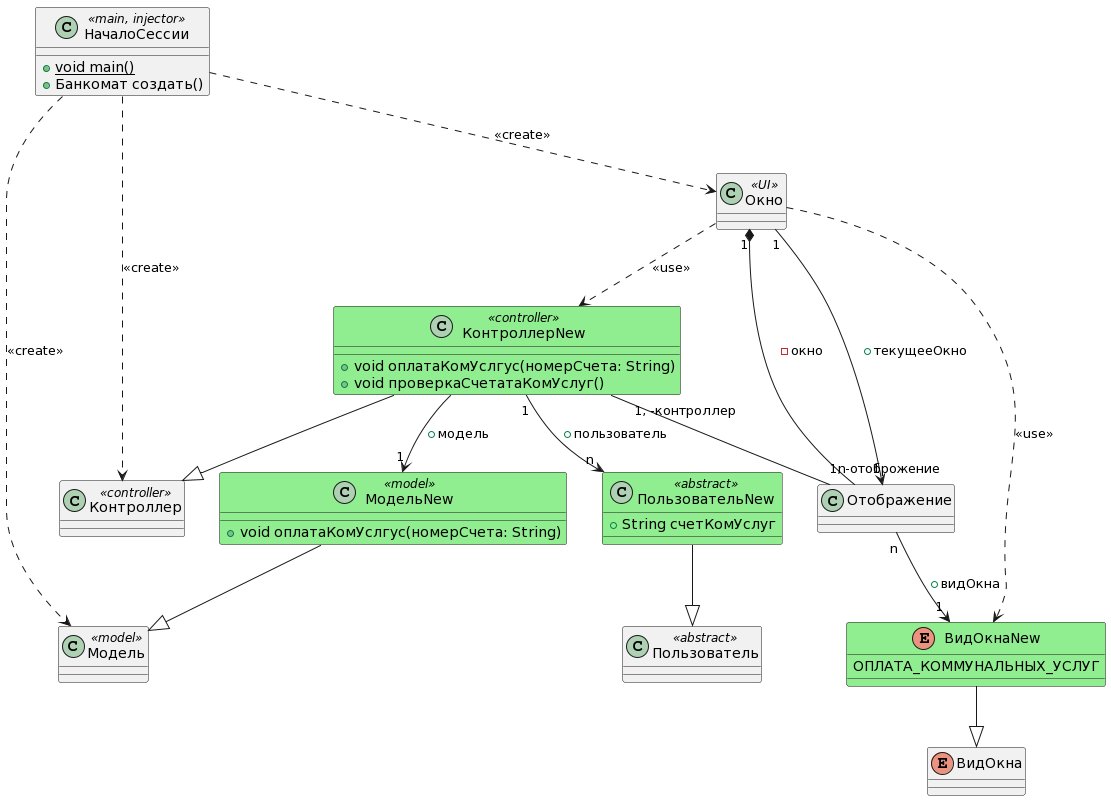
Before: doc/classDiagram1.png, a diagram exported from PlantUML (ArianaM03/PPVIS). Source of this version:
```plantuml
@startuml
class НачалоСессии <<main, injector>>{
    + {static} void main()
    + Банкомат создать()
}

НачалоСессии ..> Модель : <<create>>
НачалоСессии ..> Контроллер : <<create>>
НачалоСессии ..> Окно : <<create>>

class Пользователь <<abstract>>
{
}

class ПользовательNew <<abstract>> #back:lightgreen
{
    + String счетКомУслуг
}

ПользовательNew --|> Пользователь

class Модель <<model>>
{
}

class МодельNew <<model>> #back:lightgreen
{
    + void оплатаКомУслгус(номерСчета: String)
}

МодельNew --|> Модель

class Контроллер <<controller>>
{
}

class КонтроллерNew <<controller>> #back:lightgreen
{
    + void оплатаКомУслгус(номерСчета: String)
    + void проверкаСчетатаКомУслуг()
}

КонтроллерNew --|> Контроллер

КонтроллерNew --> "1" МодельNew : +модель

КонтроллерNew "1" --> "n" ПользовательNew: +пользователь

class Окно <<UI>>{
}

class Отображение{
}


enum ВидОкна{
}

enum ВидОкнаNew #back:lightgreen
{
    ОПЛАТА_КОММУНАЛЬНЫХ_УСЛУГ
}

ВидОкнаNew --|> ВидОкна

Окно ..> ВидОкнаNew: <<use>>
Окно ..> КонтроллерNew: <<use>>
Окно "1" *-- "n" Отображение: -окно
Отображение "n" -->  "1" ВидОкнаNew: +видОкна
Окно "1" --> "1" Отображение: +текущееОкно
КонтроллерNew "1, -контроллер" -- "1, -отоброжение" Отображение
@enduml
```
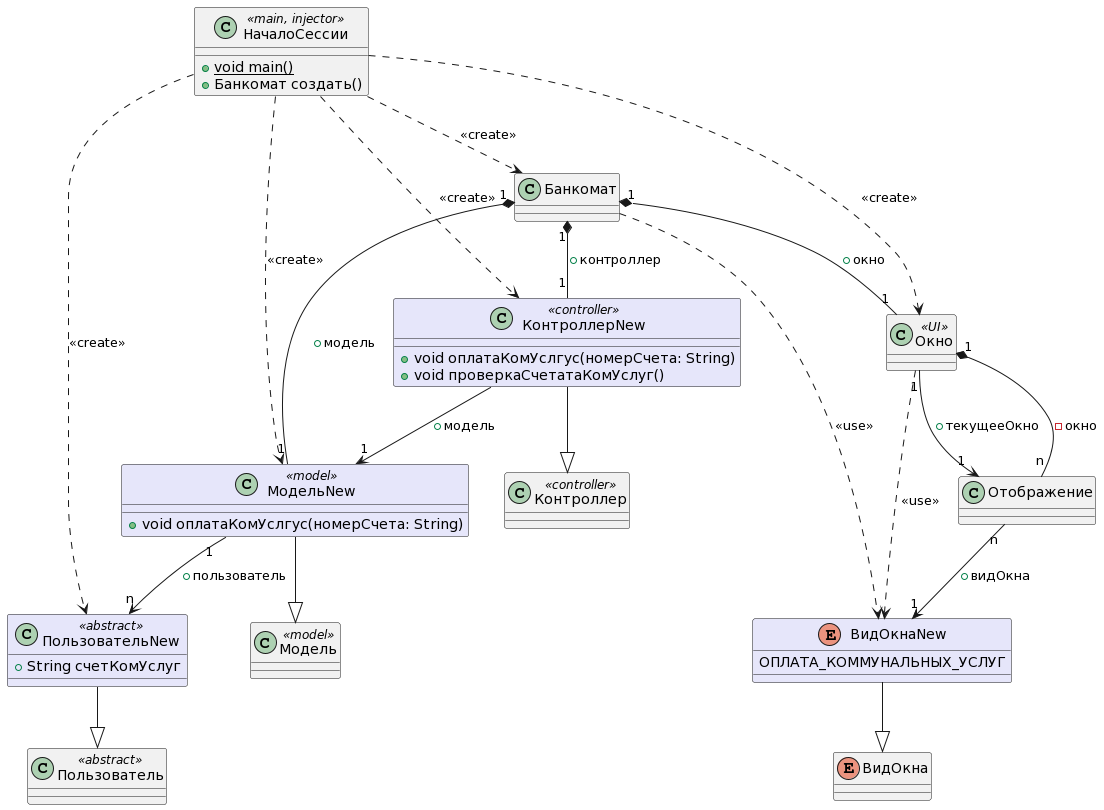
Later version of the same file.

Diff of the diagram source:
```diff
@@ -4,15 +4,20 @@
     + Банкомат создать()
 }
 
-НачалоСессии ..> Модель : <<create>>
-НачалоСессии ..> Контроллер : <<create>>
-НачалоСессии ..> Окно : <<create>>
+НачалоСессии ..> МодельNew : <<create>>
+НачалоСессии ..> КонтроллерNew : <<create>>
+НачалоСессии ..> Окно: <<create>>
+НачалоСессии ..> ПользовательNew : <<create>>
+НачалоСессии ..> Банкомат : <<create>>
+
+class Банкомат{
+}
 
 class Пользователь <<abstract>>
 {
 }
 
-class ПользовательNew <<abstract>> #back:lightgreen
+class ПользовательNew <<abstract>> #back:lavender
 {
     + String счетКомУслуг
 }
@@ -23,7 +28,7 @@
 {
 }
 
-class МодельNew <<model>> #back:lightgreen
+class МодельNew <<model>> #back:lavender
 {
     + void оплатаКомУслгус(номерСчета: String)
 }
@@ -34,17 +39,13 @@
 {
 }
 
-class КонтроллерNew <<controller>> #back:lightgreen
+class КонтроллерNew <<controller>> #back:lavender
 {
     + void оплатаКомУслгус(номерСчета: String)
     + void проверкаСчетатаКомУслуг()
 }
 
 КонтроллерNew --|> Контроллер
-
-КонтроллерNew --> "1" МодельNew : +модель
-
-КонтроллерNew "1" --> "n" ПользовательNew: +пользователь
 
 class Окно <<UI>>{
 }
@@ -56,17 +57,25 @@
 enum ВидОкна{
 }
 
-enum ВидОкнаNew #back:lightgreen
+enum ВидОкнаNew #back:lavender
 {
     ОПЛАТА_КОММУНАЛЬНЫХ_УСЛУГ
 }
 
+КонтроллерNew --> "1" МодельNew : +модель
+
+МодельNew "1" --> "n" ПользовательNew: +пользователь
+
+Банкомат "1" *-- "1" МодельNew: +модель
+Банкомат "1" *-- "1" КонтроллерNew: +контроллер
+Банкомат ..> ВидОкнаNew: <<use>>
+Банкомат "1" *-- "1" Окно: +окно
+
 ВидОкнаNew --|> ВидОкна
 
 Окно ..> ВидОкнаNew: <<use>>
-Окно ..> КонтроллерNew: <<use>>
+
 Окно "1" *-- "n" Отображение: -окно
 Отображение "n" -->  "1" ВидОкнаNew: +видОкна
 Окно "1" --> "1" Отображение: +текущееОкно
-КонтроллерNew "1, -контроллер" -- "1, -отоброжение" Отображение
 @enduml
```
